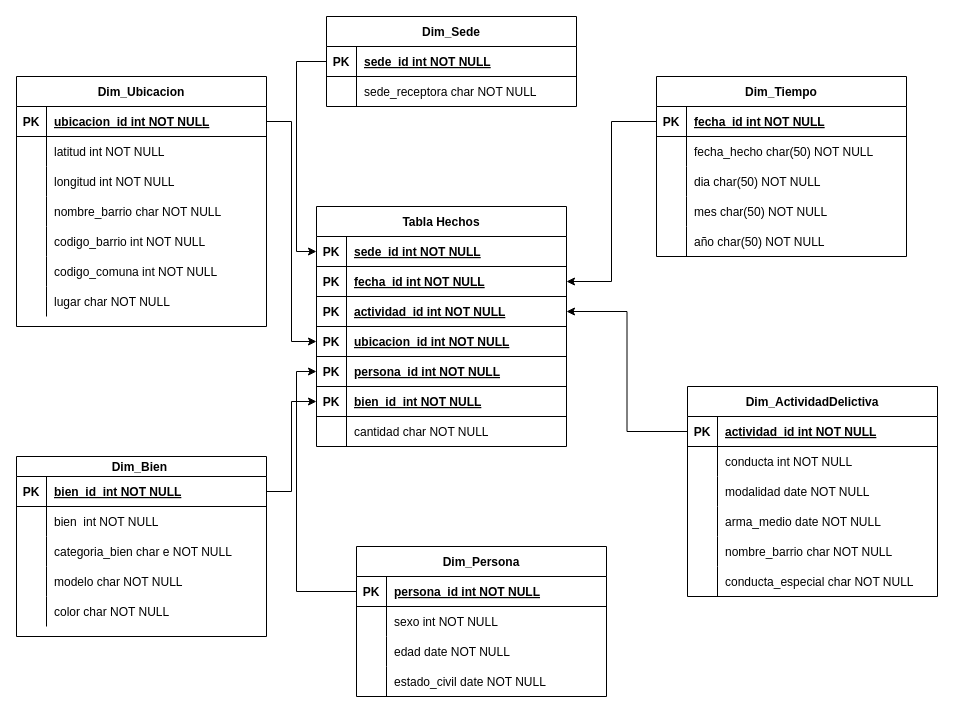
This is Diagrama sin título.drawio from JonhNino/Book-s, a draw.io file, before an edit. Source tidied: cells renumbered, new cells numbered last; positions are measured from the earlier drawing's top-left corner, leaving out a move shared by most shapes. Both pictures are drawn from the tidied source at 100%, with x=0, y=0 at pixel (16, 16).
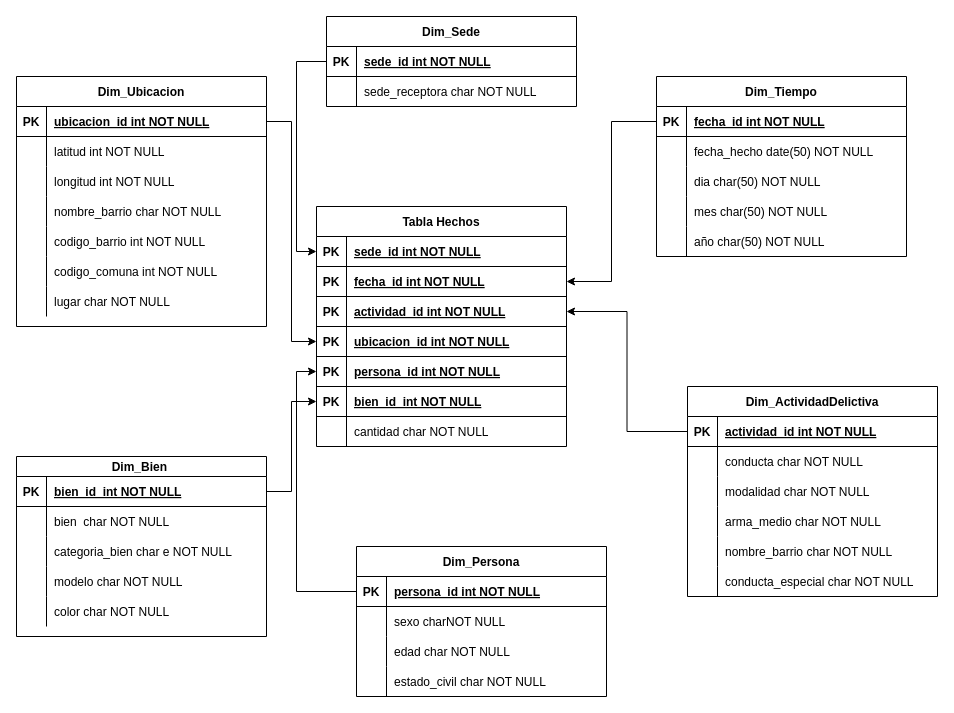
The same diagram, later.

The change refers to these unchanged cells:
```xml
<mxCell id="28" style="shape=partialRectangle;fillColor=none;top=0;left=0;right=0;bottom=0;" parent="24" vertex="1">
  <mxGeometry y="60" width="250" height="30" as="geometry" />
</mxCell>
<mxCell id="31" style="shape=partialRectangle;fillColor=none;top=0;left=0;right=0;bottom=0;" parent="24" vertex="1">
  <mxGeometry y="90" width="250" height="30" as="geometry" />
</mxCell>
<mxCell id="34" style="shape=partialRectangle;fillColor=none;top=0;left=0;right=0;bottom=0;" parent="24" vertex="1">
  <mxGeometry y="120" width="250" height="30" as="geometry" />
</mxCell>
<mxCell id="47" style="shape=partialRectangle;fillColor=none;top=0;left=0;right=0;bottom=0;" parent="43" vertex="1">
  <mxGeometry y="60" width="250" height="30" as="geometry" />
</mxCell>
<mxCell id="63" style="shape=partialRectangle;fillColor=none;top=0;left=0;right=0;bottom=0;" parent="59" vertex="1">
  <mxGeometry y="60" width="250" height="30" as="geometry" />
</mxCell>
<mxCell id="66" style="shape=partialRectangle;fillColor=none;top=0;left=0;right=0;bottom=0;" parent="59" vertex="1">
  <mxGeometry y="90" width="250" height="30" as="geometry" />
</mxCell>
<mxCell id="69" style="shape=partialRectangle;fillColor=none;top=0;left=0;right=0;bottom=0;" parent="59" vertex="1">
  <mxGeometry y="120" width="250" height="30" as="geometry" />
</mxCell>
<mxCell id="76" style="shape=partialRectangle;fillColor=none;top=0;left=0;right=0;bottom=0;" parent="72" vertex="1">
  <mxGeometry y="50" width="250" height="30" as="geometry" />
</mxCell>
```

What changed in the source:
```diff
@@
-    <mxCell id="30" value="conducta int NOT NULL" style="shape=partialRectangle;overflow=hidden;fillColor=none;top=0;left=0;bottom=0;right=0;align=left;spacingLeft=6;" parent="28" vertex="1">
+    <mxCell id="30" value="conducta char NOT NULL" style="shape=partialRectangle;overflow=hidden;fillColor=none;top=0;left=0;bottom=0;right=0;align=left;spacingLeft=6;" parent="28" vertex="1">
       <mxGeometry x="30" width="220" height="30" as="geometry" />
     </mxCell>
@@
-    <mxCell id="33" value="modalidad date NOT NULL" style="shape=partialRectangle;overflow=hidden;fillColor=none;top=0;left=0;bottom=0;right=0;align=left;spacingLeft=6;" parent="31" vertex="1">
+    <mxCell id="33" value="modalidad char NOT NULL" style="shape=partialRectangle;overflow=hidden;fillColor=none;top=0;left=0;bottom=0;right=0;align=left;spacingLeft=6;" parent="31" vertex="1">
       <mxGeometry x="30" width="220" height="30" as="geometry" />
     </mxCell>
@@
-    <mxCell id="36" value="arma_medio date NOT NULL" style="shape=partialRectangle;overflow=hidden;fillColor=none;top=0;left=0;bottom=0;right=0;align=left;spacingLeft=6;" parent="34" vertex="1">
+    <mxCell id="36" value="arma_medio char NOT NULL" style="shape=partialRectangle;overflow=hidden;fillColor=none;top=0;left=0;bottom=0;right=0;align=left;spacingLeft=6;" parent="34" vertex="1">
       <mxGeometry x="30" width="220" height="30" as="geometry" />
     </mxCell>
@@
-    <mxCell id="49" value="fecha_hecho char(50) NOT NULL" style="shape=partialRectangle;overflow=hidden;fillColor=none;top=0;left=0;bottom=0;right=0;align=left;spacingLeft=6;" parent="47" vertex="1">
+    <mxCell id="49" value="fecha_hecho date(50) NOT NULL" style="shape=partialRectangle;overflow=hidden;fillColor=none;top=0;left=0;bottom=0;right=0;align=left;spacingLeft=6;" parent="47" vertex="1">
       <mxGeometry x="30" width="220" height="30" as="geometry" />
     </mxCell>
@@
-    <mxCell id="65" value="sexo int NOT NULL" style="shape=partialRectangle;overflow=hidden;fillColor=none;top=0;left=0;bottom=0;right=0;align=left;spacingLeft=6;" parent="63" vertex="1">
+    <mxCell id="65" value="sexo charNOT NULL" style="shape=partialRectangle;overflow=hidden;fillColor=none;top=0;left=0;bottom=0;right=0;align=left;spacingLeft=6;" parent="63" vertex="1">
       <mxGeometry x="30" width="220" height="30" as="geometry" />
     </mxCell>
@@
-    <mxCell id="68" value="edad date NOT NULL" style="shape=partialRectangle;overflow=hidden;fillColor=none;top=0;left=0;bottom=0;right=0;align=left;spacingLeft=6;" parent="66" vertex="1">
+    <mxCell id="68" value="edad char NOT NULL" style="shape=partialRectangle;overflow=hidden;fillColor=none;top=0;left=0;bottom=0;right=0;align=left;spacingLeft=6;" parent="66" vertex="1">
       <mxGeometry x="30" width="220" height="30" as="geometry" />
     </mxCell>
@@
-    <mxCell id="71" value="estado_civil date NOT NULL" style="shape=partialRectangle;overflow=hidden;fillColor=none;top=0;left=0;bottom=0;right=0;align=left;spacingLeft=6;" parent="69" vertex="1">
+    <mxCell id="71" value="estado_civil char NOT NULL" style="shape=partialRectangle;overflow=hidden;fillColor=none;top=0;left=0;bottom=0;right=0;align=left;spacingLeft=6;" parent="69" vertex="1">
       <mxGeometry x="30" width="220" height="30" as="geometry" />
     </mxCell>
@@
-    <mxCell id="78" value="bien  int NOT NULL" style="shape=partialRectangle;overflow=hidden;fillColor=none;top=0;left=0;bottom=0;right=0;align=left;spacingLeft=6;" parent="76" vertex="1">
+    <mxCell id="78" value="bien  char NOT NULL" style="shape=partialRectangle;overflow=hidden;fillColor=none;top=0;left=0;bottom=0;right=0;align=left;spacingLeft=6;" parent="76" vertex="1">
       <mxGeometry x="30" width="220" height="30" as="geometry" />
     </mxCell>
```
